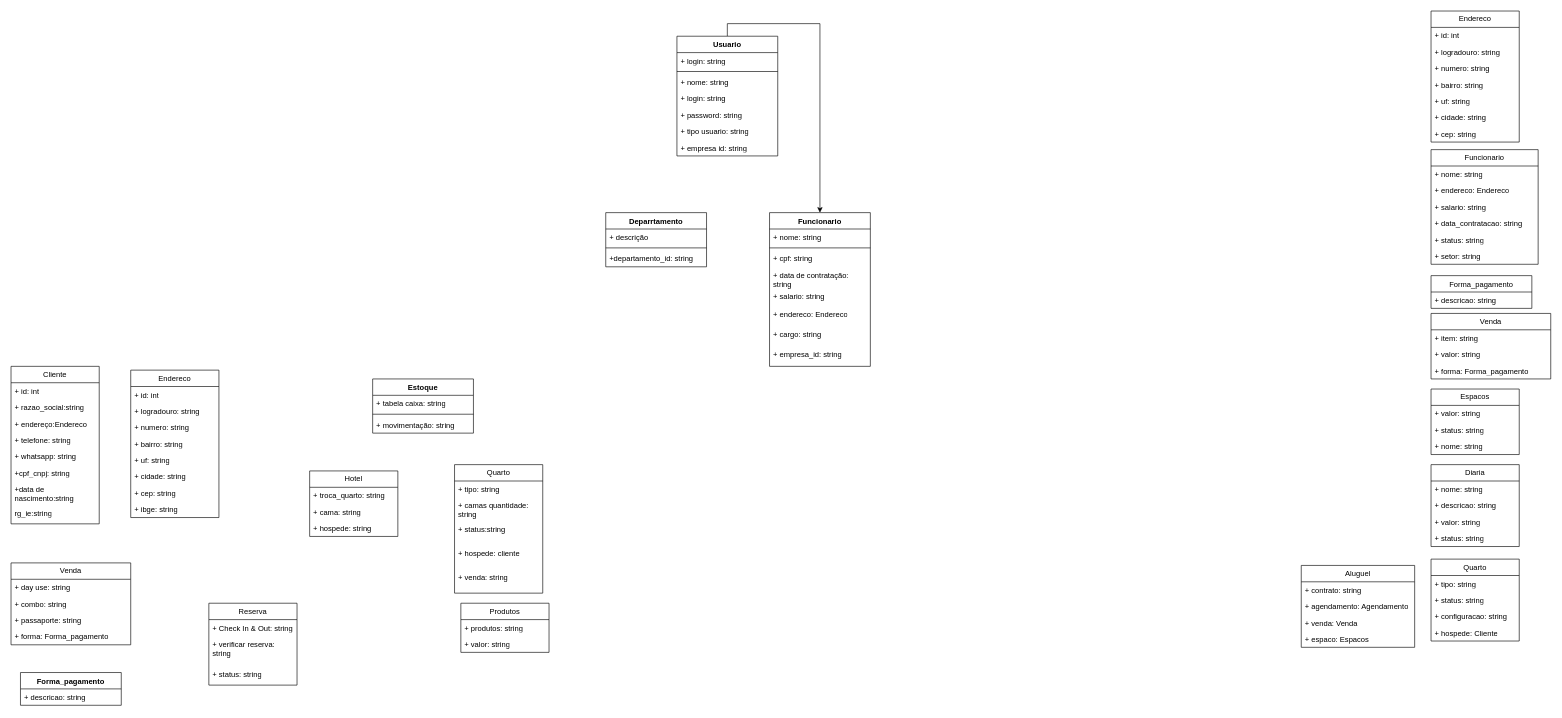
Earlier version of the draw.io diagram page "Page-1" (1 of 2) of Diagrama sem nome.drawio (FSOFTSistemas/Lago). Source tidied: cells renumbered, new cells numbered last; positions are measured from the earlier drawing's top-left corner, leaving out a move shared by most shapes. Both pictures are drawn from the tidied source at 63%, with x=0, y=0 at pixel (11, 11).
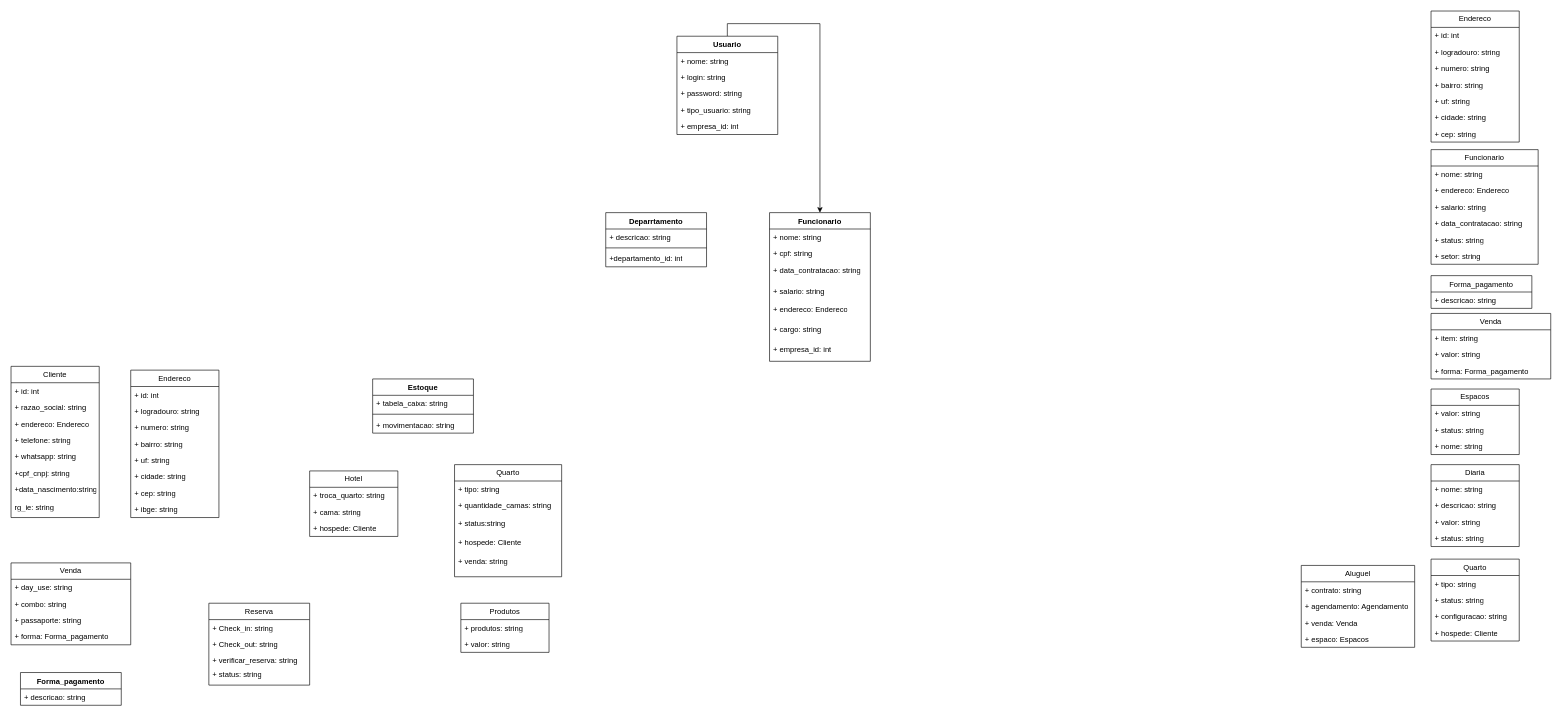
The same diagram, later.

The change refers to these unchanged cells:
```xml
<mxCell id="43" value="Venda" style="swimlane;fontStyle=0;horizontal=1;startSize=26;fillColor=none;whiteSpace=wrap;html=1;" parent="1" vertex="1">
  <mxGeometry y="876" width="190" height="130" as="geometry" />
</mxCell>
<mxCell id="53" value="Hotel" style="swimlane;fontStyle=0;horizontal=1;startSize=26;fillColor=none;whiteSpace=wrap;html=1;" parent="1" vertex="1">
  <mxGeometry x="474" y="730" width="140" height="104" as="geometry" />
</mxCell>
<mxCell id="75" value="Estoque" style="swimlane;fontStyle=1;align=center;verticalAlign=top;horizontal=1;startSize=26;whiteSpace=wrap;html=1;" parent="1" vertex="1">
  <mxGeometry x="574" y="584" width="160" height="86" as="geometry" />
</mxCell>
<mxCell id="97" value="Deparrtamento" style="swimlane;fontStyle=1;align=center;verticalAlign=top;horizontal=1;startSize=26;whiteSpace=wrap;html=1;" parent="1" vertex="1">
  <mxGeometry x="944" y="320" width="160" height="86" as="geometry" />
</mxCell>
```

Diff of the diagram source:
```diff
@@
     <mxCell id="10" value="Cliente" style="swimlane;fontStyle=0;horizontal=1;startSize=26;fillColor=none;whiteSpace=wrap;html=1;" parent="1" vertex="1">
-      <mxGeometry y="564" width="140" height="250" as="geometry" />
+      <mxGeometry y="564" width="140" height="240" as="geometry" />
     </mxCell>
@@
-    <mxCell id="12" value="+ razao_social:string" style="text;strokeColor=none;fillColor=none;align=left;verticalAlign=top;spacingLeft=4;spacingRight=4;overflow=hidden;whiteSpace=wrap;html=1;" parent="10" vertex="1">
+    <mxCell id="12" value="+ razao_social: string" style="text;strokeColor=none;fillColor=none;align=left;verticalAlign=top;spacingLeft=4;spacingRight=4;overflow=hidden;whiteSpace=wrap;html=1;" parent="10" vertex="1">
       <mxGeometry y="52" width="140" height="26" as="geometry" />
     </mxCell>
-    <mxCell id="13" value="+ endereço:Endereco" style="text;strokeColor=none;fillColor=none;align=left;verticalAlign=top;spacingLeft=4;spacingRight=4;overflow=hidden;whiteSpace=wrap;html=1;" parent="10" vertex="1">
+    <mxCell id="13" value="+ endereco: Endereco" style="text;strokeColor=none;fillColor=none;align=left;verticalAlign=top;spacingLeft=4;spacingRight=4;overflow=hidden;whiteSpace=wrap;html=1;" parent="10" vertex="1">
       <mxGeometry y="78" width="140" height="26" as="geometry" />
     </mxCell>
@@
-    <mxCell id="17" value="+data de nascimento:string" style="text;strokeColor=none;fillColor=none;align=left;verticalAlign=top;spacingLeft=4;spacingRight=4;overflow=hidden;whiteSpace=wrap;html=1;" parent="10" vertex="1">
-      <mxGeometry y="182" width="140" height="38" as="geometry" />
+    <mxCell id="17" value="+data_nascimento:string" style="text;strokeColor=none;fillColor=none;align=left;verticalAlign=top;spacingLeft=4;spacingRight=4;overflow=hidden;whiteSpace=wrap;html=1;" parent="10" vertex="1">
+      <mxGeometry y="182" width="140" height="28" as="geometry" />
     </mxCell>
-    <mxCell id="18" value="rg_ie:string" style="text;strokeColor=none;fillColor=none;align=left;verticalAlign=top;spacingLeft=4;spacingRight=4;overflow=hidden;whiteSpace=wrap;html=1;" parent="10" vertex="1">
-      <mxGeometry y="220" width="140" height="30" as="geometry" />
+    <mxCell id="18" value="rg_ie: string" style="text;strokeColor=none;fillColor=none;align=left;verticalAlign=top;spacingLeft=4;spacingRight=4;overflow=hidden;whiteSpace=wrap;html=1;" parent="10" vertex="1">
+      <mxGeometry y="210" width="140" height="30" as="geometry" />
     </mxCell>
@@
-    <mxCell id="44" value="+ day use: string" style="text;strokeColor=none;fillColor=none;align=left;verticalAlign=top;spacingLeft=4;spacingRight=4;overflow=hidden;whiteSpace=wrap;html=1;" parent="43" vertex="1">
+    <mxCell id="44" value="+ day_use: string" style="text;strokeColor=none;fillColor=none;align=left;verticalAlign=top;spacingLeft=4;spacingRight=4;overflow=hidden;whiteSpace=wrap;html=1;" parent="43" vertex="1">
       <mxGeometry y="26" width="190" height="26" as="geometry" />
     </mxCell>
@@
-    <mxCell id="56" value="+ hospede: string" style="text;strokeColor=none;fillColor=none;align=left;verticalAlign=top;spacingLeft=4;spacingRight=4;overflow=hidden;whiteSpace=wrap;html=1;" parent="53" vertex="1">
+    <mxCell id="56" value="+ hospede: Cliente" style="text;strokeColor=none;fillColor=none;align=left;verticalAlign=top;spacingLeft=4;spacingRight=4;overflow=hidden;whiteSpace=wrap;html=1;" parent="53" vertex="1">
       <mxGeometry y="78" width="140" height="26" as="geometry" />
     </mxCell>
     <mxCell id="57" value="Quarto" style="swimlane;fontStyle=0;horizontal=1;startSize=26;fillColor=none;whiteSpace=wrap;html=1;" parent="1" vertex="1">
-      <mxGeometry x="704" y="720" width="140" height="204" as="geometry" />
+      <mxGeometry x="704" y="720" width="170" height="178" as="geometry" />
     </mxCell>
     <mxCell id="58" value="+ tipo: string" style="text;strokeColor=none;fillColor=none;align=left;verticalAlign=top;spacingLeft=4;spacingRight=4;overflow=hidden;whiteSpace=wrap;html=1;" parent="57" vertex="1">
-      <mxGeometry y="26" width="140" height="26" as="geometry" />
+      <mxGeometry y="26" width="170" height="26" as="geometry" />
     </mxCell>
-    <mxCell id="59" value="+ camas quantidade: string" style="text;strokeColor=none;fillColor=none;align=left;verticalAlign=top;spacingLeft=4;spacingRight=4;overflow=hidden;whiteSpace=wrap;html=1;" parent="57" vertex="1">
-      <mxGeometry y="52" width="140" height="38" as="geometry" />
+    <mxCell id="59" value="+ quantidade_camas: string" style="text;strokeColor=none;fillColor=none;align=left;verticalAlign=top;spacingLeft=4;spacingRight=4;overflow=hidden;whiteSpace=wrap;html=1;" parent="57" vertex="1">
+      <mxGeometry y="52" width="170" height="28" as="geometry" />
     </mxCell>
     <mxCell id="60" value="&lt;div&gt;+ status:string&lt;/div&gt;&lt;div&gt;&lt;br&gt;&lt;/div&gt;" style="text;strokeColor=none;fillColor=none;align=left;verticalAlign=top;spacingLeft=4;spacingRight=4;overflow=hidden;whiteSpace=wrap;html=1;" parent="57" vertex="1">
-      <mxGeometry y="90" width="140" height="38" as="geometry" />
+      <mxGeometry y="80" width="170" height="30" as="geometry" />
     </mxCell>
-    <mxCell id="61" value="&lt;div&gt;+ hospede: cliente&lt;/div&gt;&lt;div&gt;&lt;br&gt;&lt;/div&gt;" style="text;strokeColor=none;fillColor=none;align=left;verticalAlign=top;spacingLeft=4;spacingRight=4;overflow=hidden;whiteSpace=wrap;html=1;" parent="57" vertex="1">
-      <mxGeometry y="128" width="140" height="38" as="geometry" />
+    <mxCell id="61" value="&lt;div&gt;+ hospede: Cliente&lt;/div&gt;" style="text;strokeColor=none;fillColor=none;align=left;verticalAlign=top;spacingLeft=4;spacingRight=4;overflow=hidden;whiteSpace=wrap;html=1;" parent="57" vertex="1">
+      <mxGeometry y="110" width="170" height="30" as="geometry" />
     </mxCell>
     <mxCell id="62" value="+ venda: string" style="text;strokeColor=none;fillColor=none;align=left;verticalAlign=top;spacingLeft=4;spacingRight=4;overflow=hidden;whiteSpace=wrap;html=1;" parent="57" vertex="1">
-      <mxGeometry y="166" width="140" height="38" as="geometry" />
+      <mxGeometry y="140" width="170" height="38" as="geometry" />
     </mxCell>
     <mxCell id="63" value="Reserva" style="swimlane;fontStyle=0;horizontal=1;startSize=26;fillColor=none;whiteSpace=wrap;html=1;" parent="1" vertex="1">
-      <mxGeometry x="314" y="940" width="140" height="130" as="geometry" />
+      <mxGeometry x="314" y="940" width="160" height="130" as="geometry" />
     </mxCell>
-    <mxCell id="64" value="+ Check In &amp;amp; Out: string" style="text;strokeColor=none;fillColor=none;align=left;verticalAlign=top;spacingLeft=4;spacingRight=4;overflow=hidden;whiteSpace=wrap;html=1;" parent="63" vertex="1">
-      <mxGeometry y="26" width="140" height="26" as="geometry" />
+    <mxCell id="64" value="+ Check_in: string" style="text;strokeColor=none;fillColor=none;align=left;verticalAlign=top;spacingLeft=4;spacingRight=4;overflow=hidden;whiteSpace=wrap;html=1;" parent="63" vertex="1">
+      <mxGeometry y="26" width="160" height="26" as="geometry" />
     </mxCell>
+    <mxCell id="110" value="+ Check_out: string" style="text;strokeColor=none;fillColor=none;align=left;verticalAlign=top;spacingLeft=4;spacingRight=4;overflow=hidden;whiteSpace=wrap;html=1;" parent="63" vertex="1">
+      <mxGeometry y="52" width="160" height="26" as="geometry" />
+    </mxCell>
-    <mxCell id="65" value="+ verificar reserva: string" style="text;strokeColor=none;fillColor=none;align=left;verticalAlign=top;spacingLeft=4;spacingRight=4;overflow=hidden;whiteSpace=wrap;html=1;" parent="63" vertex="1">
-      <mxGeometry y="52" width="140" height="48" as="geometry" />
+    <mxCell id="65" value="+ verificar_reserva: string" style="text;strokeColor=none;fillColor=none;align=left;verticalAlign=top;spacingLeft=4;spacingRight=4;overflow=hidden;whiteSpace=wrap;html=1;" parent="63" vertex="1">
+      <mxGeometry y="78" width="160" height="22" as="geometry" />
     </mxCell>
     <mxCell id="66" value="+ status: string" style="text;strokeColor=none;fillColor=none;align=left;verticalAlign=top;spacingLeft=4;spacingRight=4;overflow=hidden;whiteSpace=wrap;html=1;" parent="63" vertex="1">
-      <mxGeometry y="100" width="140" height="30" as="geometry" />
+      <mxGeometry y="100" width="160" height="30" as="geometry" />
     </mxCell>
@@
-    <mxCell id="76" value="+ tabela caixa: string" style="text;strokeColor=none;fillColor=none;align=left;verticalAlign=top;spacingLeft=4;spacingRight=4;overflow=hidden;whiteSpace=wrap;html=1;" parent="75" vertex="1">
+    <mxCell id="76" value="+ tabela_caixa: string" style="text;strokeColor=none;fillColor=none;align=left;verticalAlign=top;spacingLeft=4;spacingRight=4;overflow=hidden;whiteSpace=wrap;html=1;" parent="75" vertex="1">
       <mxGeometry y="26" width="160" height="26" as="geometry" />
     </mxCell>
@@
-    <mxCell id="78" value="+ movimentação: string" style="text;strokeColor=none;fillColor=none;align=left;verticalAlign=top;spacingLeft=4;spacingRight=4;overflow=hidden;whiteSpace=wrap;html=1;" parent="75" vertex="1">
+    <mxCell id="78" value="+ movimentacao: string" style="text;strokeColor=none;fillColor=none;align=left;verticalAlign=top;spacingLeft=4;spacingRight=4;overflow=hidden;whiteSpace=wrap;html=1;" parent="75" vertex="1">
       <mxGeometry y="60" width="160" height="26" as="geometry" />
     </mxCell>
@@
     <mxCell id="80" value="Usuario" style="swimlane;fontStyle=1;align=center;verticalAlign=top;horizontal=1;startSize=26;whiteSpace=wrap;html=1;" parent="1" vertex="1">
-      <mxGeometry x="1057" y="40" width="160" height="190" as="geometry" />
+      <mxGeometry x="1057" y="40" width="160" height="156" as="geometry" />
     </mxCell>
-    <mxCell id="81" value="+ login: string" style="text;strokeColor=none;fillColor=none;align=left;verticalAlign=top;spacingLeft=4;spacingRight=4;overflow=hidden;whiteSpace=wrap;html=1;" parent="80" vertex="1">
-      <mxGeometry y="26" width="160" height="26" as="geometry" />
-    </mxCell>
-    <mxCell id="82" style="line;strokeWidth=1;fillColor=none;align=left;verticalAlign=middle;spacingTop=-1;spacingLeft=3;spacingRight=3;labelPosition=right;strokeColor=inherit;" parent="80" vertex="1">
-      <mxGeometry y="52" width="160" height="8" as="geometry" />
-    </mxCell>
     <mxCell id="83" value="+ nome: string" style="text;strokeColor=none;fillColor=none;align=left;verticalAlign=top;spacingLeft=4;spacingRight=4;overflow=hidden;whiteSpace=wrap;html=1;" parent="80" vertex="1">
-      <mxGeometry y="60" width="160" height="26" as="geometry" />
+      <mxGeometry y="26" width="160" height="26" as="geometry" />
     </mxCell>
     <mxCell id="84" value="+ login: string" style="text;strokeColor=none;fillColor=none;align=left;verticalAlign=top;spacingLeft=4;spacingRight=4;overflow=hidden;whiteSpace=wrap;html=1;" parent="80" vertex="1">
-      <mxGeometry y="86" width="160" height="26" as="geometry" />
+      <mxGeometry y="52" width="160" height="26" as="geometry" />
     </mxCell>
     <mxCell id="85" value="+ password: string" style="text;strokeColor=none;fillColor=none;align=left;verticalAlign=top;spacingLeft=4;spacingRight=4;overflow=hidden;whiteSpace=wrap;html=1;" parent="80" vertex="1">
-      <mxGeometry y="112" width="160" height="26" as="geometry" />
+      <mxGeometry y="78" width="160" height="26" as="geometry" />
     </mxCell>
-    <mxCell id="86" value="+ tipo usuario: string" style="text;strokeColor=none;fillColor=none;align=left;verticalAlign=top;spacingLeft=4;spacingRight=4;overflow=hidden;whiteSpace=wrap;html=1;" parent="80" vertex="1">
-      <mxGeometry y="138" width="160" height="26" as="geometry" />
+    <mxCell id="86" value="+ tipo_usuario: string" style="text;strokeColor=none;fillColor=none;align=left;verticalAlign=top;spacingLeft=4;spacingRight=4;overflow=hidden;whiteSpace=wrap;html=1;" parent="80" vertex="1">
+      <mxGeometry y="104" width="160" height="26" as="geometry" />
     </mxCell>
-    <mxCell id="87" value="+ empresa id: string" style="text;strokeColor=none;fillColor=none;align=left;verticalAlign=top;spacingLeft=4;spacingRight=4;overflow=hidden;whiteSpace=wrap;html=1;" parent="80" vertex="1">
-      <mxGeometry y="164" width="160" height="26" as="geometry" />
+    <mxCell id="87" value="+ empresa_id: int" style="text;strokeColor=none;fillColor=none;align=left;verticalAlign=top;spacingLeft=4;spacingRight=4;overflow=hidden;whiteSpace=wrap;html=1;" parent="80" vertex="1">
+      <mxGeometry y="130" width="160" height="26" as="geometry" />
     </mxCell>
     <mxCell id="88" value="Funcionario" style="swimlane;fontStyle=1;align=center;verticalAlign=top;horizontal=1;startSize=26;whiteSpace=wrap;html=1;" parent="1" vertex="1">
-      <mxGeometry x="1204" y="320" width="160" height="244" as="geometry" />
+      <mxGeometry x="1204" y="320" width="160" height="236" as="geometry" />
     </mxCell>
@@
-    <mxCell id="90" style="line;strokeWidth=1;fillColor=none;align=left;verticalAlign=middle;spacingTop=-1;spacingLeft=3;spacingRight=3;labelPosition=right;strokeColor=inherit;" parent="88" vertex="1">
-      <mxGeometry y="52" width="160" height="8" as="geometry" />
-    </mxCell>
     <mxCell id="91" value="+ cpf: string" style="text;strokeColor=none;fillColor=none;align=left;verticalAlign=top;spacingLeft=4;spacingRight=4;overflow=hidden;whiteSpace=wrap;html=1;" parent="88" vertex="1">
-      <mxGeometry y="60" width="160" height="26" as="geometry" />
+      <mxGeometry y="52" width="160" height="26" as="geometry" />
     </mxCell>
-    <mxCell id="92" value="+ data de contratação: string" style="text;strokeColor=none;fillColor=none;align=left;verticalAlign=top;spacingLeft=4;spacingRight=4;overflow=hidden;whiteSpace=wrap;html=1;" parent="88" vertex="1">
-      <mxGeometry y="86" width="160" height="34" as="geometry" />
+    <mxCell id="92" value="+ data_contratacao: string" style="text;strokeColor=none;fillColor=none;align=left;verticalAlign=top;spacingLeft=4;spacingRight=4;overflow=hidden;whiteSpace=wrap;html=1;" parent="88" vertex="1">
+      <mxGeometry y="78" width="160" height="34" as="geometry" />
     </mxCell>
     <mxCell id="93" value="+ salario: string" style="text;strokeColor=none;fillColor=none;align=left;verticalAlign=top;spacingLeft=4;spacingRight=4;overflow=hidden;whiteSpace=wrap;html=1;" parent="88" vertex="1">
-      <mxGeometry y="120" width="160" height="28" as="geometry" />
+      <mxGeometry y="112" width="160" height="28" as="geometry" />
     </mxCell>
     <mxCell id="94" value="+ endereco: Endereco" style="text;strokeColor=none;fillColor=none;align=left;verticalAlign=top;spacingLeft=4;spacingRight=4;overflow=hidden;whiteSpace=wrap;html=1;" parent="88" vertex="1">
-      <mxGeometry y="148" width="160" height="32" as="geometry" />
+      <mxGeometry y="140" width="160" height="32" as="geometry" />
     </mxCell>
     <mxCell id="95" value="+ cargo: string" style="text;strokeColor=none;fillColor=none;align=left;verticalAlign=top;spacingLeft=4;spacingRight=4;overflow=hidden;whiteSpace=wrap;html=1;" parent="88" vertex="1">
-      <mxGeometry y="180" width="160" height="32" as="geometry" />
+      <mxGeometry y="172" width="160" height="32" as="geometry" />
     </mxCell>
-    <mxCell id="96" value="+ empresa_id: string" style="text;strokeColor=none;fillColor=none;align=left;verticalAlign=top;spacingLeft=4;spacingRight=4;overflow=hidden;whiteSpace=wrap;html=1;" parent="88" vertex="1">
-      <mxGeometry y="212" width="160" height="32" as="geometry" />
+    <mxCell id="96" value="+ empresa_id: int" style="text;strokeColor=none;fillColor=none;align=left;verticalAlign=top;spacingLeft=4;spacingRight=4;overflow=hidden;whiteSpace=wrap;html=1;" parent="88" vertex="1">
+      <mxGeometry y="204" width="160" height="32" as="geometry" />
     </mxCell>
@@
-    <mxCell id="98" value="+ descrição" style="text;strokeColor=none;fillColor=none;align=left;verticalAlign=top;spacingLeft=4;spacingRight=4;overflow=hidden;whiteSpace=wrap;html=1;" parent="97" vertex="1">
+    <mxCell id="98" value="+ descricao: string" style="text;strokeColor=none;fillColor=none;align=left;verticalAlign=top;spacingLeft=4;spacingRight=4;overflow=hidden;whiteSpace=wrap;html=1;" parent="97" vertex="1">
       <mxGeometry y="26" width="160" height="26" as="geometry" />
     </mxCell>
@@
-    <mxCell id="100" value="+departamento_id: string" style="text;strokeColor=none;fillColor=none;align=left;verticalAlign=top;spacingLeft=4;spacingRight=4;overflow=hidden;whiteSpace=wrap;html=1;" parent="97" vertex="1">
+    <mxCell id="100" value="+departamento_id: int" style="text;strokeColor=none;fillColor=none;align=left;verticalAlign=top;spacingLeft=4;spacingRight=4;overflow=hidden;whiteSpace=wrap;html=1;" parent="97" vertex="1">
       <mxGeometry y="60" width="160" height="26" as="geometry" />
     </mxCell>
```
